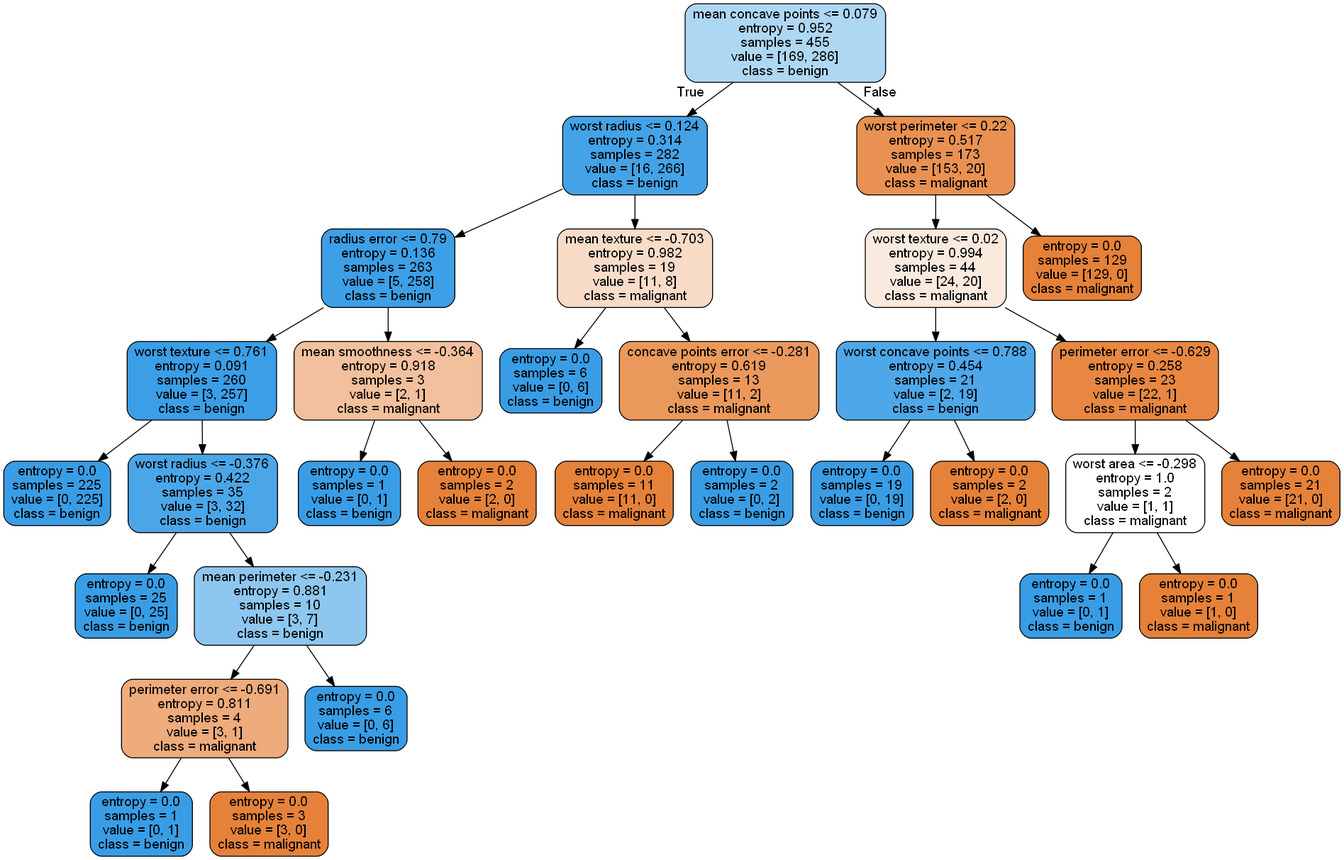
Above: tree_breast_cancer.png in ahadimuhsin/credit-card-fraud-detection (Graphviz), before the change. Its source is kept beside it as tree_breast_cancer.dot.
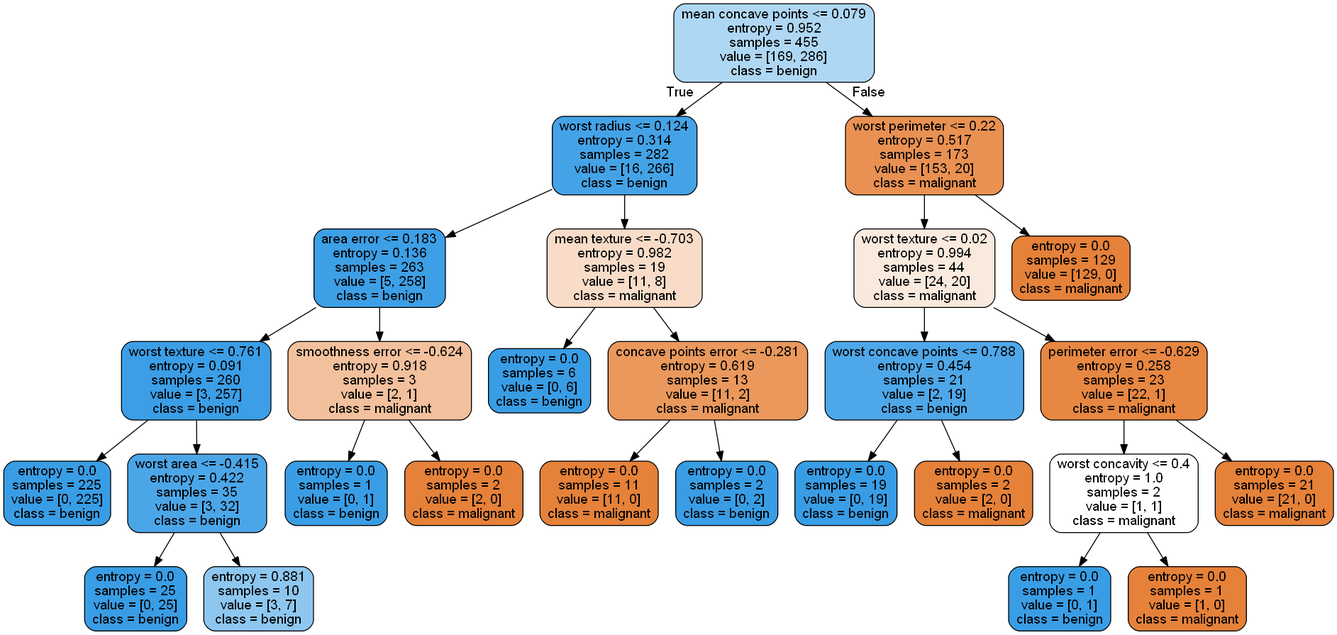
The same file after the commit.

What changed in the source:
```diff
@@ -10,56 +10,48 @@
 2 -> 3 ;
 4 [label="entropy = 0.0\nsamples = 225\nvalue = [0, 225]\nclass = benign", fillcolor="#399de5ff"] ;
 3 -> 4 ;
-5 [label="worst radius <= -0.376\nentropy = 0.422\nsamples = 35\nvalue = [3, 32]\nclass = benign", fillcolor="#399de5e7"] ;
+5 [label="worst area <= -0.415\nentropy = 0.422\nsamples = 35\nvalue = [3, 32]\nclass = benign", fillcolor="#399de5e7"] ;
 3 -> 5 ;
 6 [label="entropy = 0.0\nsamples = 25\nvalue = [0, 25]\nclass = benign", fillcolor="#399de5ff"] ;
 5 -> 6 ;
-7 [label="mean perimeter <= -0.231\nentropy = 0.881\nsamples = 10\nvalue = [3, 7]\nclass = benign", fillcolor="#399de592"] ;
+7 [label="entropy = 0.881\nsamples = 10\nvalue = [3, 7]\nclass = benign", fillcolor="#399de592"] ;
 5 -> 7 ;
-8 [label="mean smoothness <= -1.247\nentropy = 0.811\nsamples = 4\nvalue = [3, 1]\nclass = malignant", fillcolor="#e58139aa"] ;
-7 -> 8 ;
-9 [label="entropy = 0.0\nsamples = 1\nvalue = [0, 1]\nclass = benign", fillcolor="#399de5ff"] ;
+8 [label="worst compactness <= -1.085\nentropy = 0.918\nsamples = 3\nvalue = [2, 1]\nclass = malignant", fillcolor="#e581397f"] ;
+2 -> 8 ;
+9 [label="entropy = 0.0\nsamples = 2\nvalue = [2, 0]\nclass = malignant", fillcolor="#e58139ff"] ;
 8 -> 9 ;
-10 [label="entropy = 0.0\nsamples = 3\nvalue = [3, 0]\nclass = malignant", fillcolor="#e58139ff"] ;
+10 [label="entropy = 0.0\nsamples = 1\nvalue = [0, 1]\nclass = benign", fillcolor="#399de5ff"] ;
 8 -> 10 ;
-11 [label="entropy = 0.0\nsamples = 6\nvalue = [0, 6]\nclass = benign", fillcolor="#399de5ff"] ;
-7 -> 11 ;
-12 [label="compactness error <= -0.603\nentropy = 0.918\nsamples = 3\nvalue = [2, 1]\nclass = malignant", fillcolor="#e581397f"] ;
-2 -> 12 ;
-13 [label="entropy = 0.0\nsamples = 2\nvalue = [2, 0]\nclass = malignant", fillcolor="#e58139ff"] ;
-12 -> 13 ;
-14 [label="entropy = 0.0\nsamples = 1\nvalue = [0, 1]\nclass = benign", fillcolor="#399de5ff"] ;
-12 -> 14 ;
-15 [label="mean texture <= -0.703\nentropy = 0.982\nsamples = 19\nvalue = [11, 8]\nclass = malignant", fillcolor="#e5813946"] ;
-1 -> 15 ;
-16 [label="entropy = 0.0\nsamples = 6\nvalue = [0, 6]\nclass = benign", fillcolor="#399de5ff"] ;
-15 -> 16 ;
-17 [label="concave points error <= -0.281\nentropy = 0.619\nsamples = 13\nvalue = [11, 2]\nclass = malignant", fillcolor="#e58139d1"] ;
-15 -> 17 ;
-18 [label="entropy = 0.0\nsamples = 11\nvalue = [11, 0]\nclass = malignant", fillcolor="#e58139ff"] ;
+11 [label="worst texture <= -0.929\nentropy = 0.982\nsamples = 19\nvalue = [11, 8]\nclass = malignant", fillcolor="#e5813946"] ;
+1 -> 11 ;
+12 [label="entropy = 0.0\nsamples = 6\nvalue = [0, 6]\nclass = benign", fillcolor="#399de5ff"] ;
+11 -> 12 ;
+13 [label="concave points error <= -0.281\nentropy = 0.619\nsamples = 13\nvalue = [11, 2]\nclass = malignant", fillcolor="#e58139d1"] ;
+11 -> 13 ;
+14 [label="entropy = 0.0\nsamples = 11\nvalue = [11, 0]\nclass = malignant", fillcolor="#e58139ff"] ;
+13 -> 14 ;
+15 [label="entropy = 0.0\nsamples = 2\nvalue = [0, 2]\nclass = benign", fillcolor="#399de5ff"] ;
+13 -> 15 ;
+16 [label="worst perimeter <= 0.22\nentropy = 0.517\nsamples = 173\nvalue = [153, 20]\nclass = malignant", fillcolor="#e58139de"] ;
+0 -> 16 [labeldistance=2.5, labelangle=-45, headlabel="False"] ;
+17 [label="worst texture <= 0.02\nentropy = 0.994\nsamples = 44\nvalue = [24, 20]\nclass = malignant", fillcolor="#e581392a"] ;
+16 -> 17 ;
+18 [label="worst concave points <= 0.788\nentropy = 0.454\nsamples = 21\nvalue = [2, 19]\nclass = benign", fillcolor="#399de5e4"] ;
 17 -> 18 ;
-19 [label="entropy = 0.0\nsamples = 2\nvalue = [0, 2]\nclass = benign", fillcolor="#399de5ff"] ;
-17 -> 19 ;
-20 [label="worst perimeter <= 0.22\nentropy = 0.517\nsamples = 173\nvalue = [153, 20]\nclass = malignant", fillcolor="#e58139de"] ;
-0 -> 20 [labeldistance=2.5, labelangle=-45, headlabel="False"] ;
-21 [label="worst texture <= 0.02\nentropy = 0.994\nsamples = 44\nvalue = [24, 20]\nclass = malignant", fillcolor="#e581392a"] ;
-20 -> 21 ;
-22 [label="worst concave points <= 0.788\nentropy = 0.454\nsamples = 21\nvalue = [2, 19]\nclass = benign", fillcolor="#399de5e4"] ;
+19 [label="entropy = 0.0\nsamples = 19\nvalue = [0, 19]\nclass = benign", fillcolor="#399de5ff"] ;
+18 -> 19 ;
+20 [label="entropy = 0.0\nsamples = 2\nvalue = [2, 0]\nclass = malignant", fillcolor="#e58139ff"] ;
+18 -> 20 ;
+21 [label="perimeter error <= -0.629\nentropy = 0.258\nsamples = 23\nvalue = [22, 1]\nclass = malignant", fillcolor="#e58139f3"] ;
+17 -> 21 ;
+22 [label="texture error <= -0.426\nentropy = 1.0\nsamples = 2\nvalue = [1, 1]\nclass = malignant", fillcolor="#e5813900"] ;
 21 -> 22 ;
-23 [label="entropy = 0.0\nsamples = 19\nvalue = [0, 19]\nclass = benign", fillcolor="#399de5ff"] ;
+23 [label="entropy = 0.0\nsamples = 1\nvalue = [1, 0]\nclass = malignant", fillcolor="#e58139ff"] ;
 22 -> 23 ;
-24 [label="entropy = 0.0\nsamples = 2\nvalue = [2, 0]\nclass = malignant", fillcolor="#e58139ff"] ;
+24 [label="entropy = 0.0\nsamples = 1\nvalue = [0, 1]\nclass = benign", fillcolor="#399de5ff"] ;
 22 -> 24 ;
-25 [label="perimeter error <= -0.629\nentropy = 0.258\nsamples = 23\nvalue = [22, 1]\nclass = malignant", fillcolor="#e58139f3"] ;
+25 [label="entropy = 0.0\nsamples = 21\nvalue = [21, 0]\nclass = malignant", fillcolor="#e58139ff"] ;
 21 -> 25 ;
-26 [label="worst area <= -0.298\nentropy = 1.0\nsamples = 2\nvalue = [1, 1]\nclass = malignant", fillcolor="#e5813900"] ;
-25 -> 26 ;
-27 [label="entropy = 0.0\nsamples = 1\nvalue = [0, 1]\nclass = benign", fillcolor="#399de5ff"] ;
-26 -> 27 ;
-28 [label="entropy = 0.0\nsamples = 1\nvalue = [1, 0]\nclass = malignant", fillcolor="#e58139ff"] ;
-26 -> 28 ;
-29 [label="entropy = 0.0\nsamples = 21\nvalue = [21, 0]\nclass = malignant", fillcolor="#e58139ff"] ;
-25 -> 29 ;
-30 [label="entropy = 0.0\nsamples = 129\nvalue = [129, 0]\nclass = malignant", fillcolor="#e58139ff"] ;
-20 -> 30 ;
+26 [label="entropy = 0.0\nsamples = 129\nvalue = [129, 0]\nclass = malignant", fillcolor="#e58139ff"] ;
+16 -> 26 ;
 }
```
